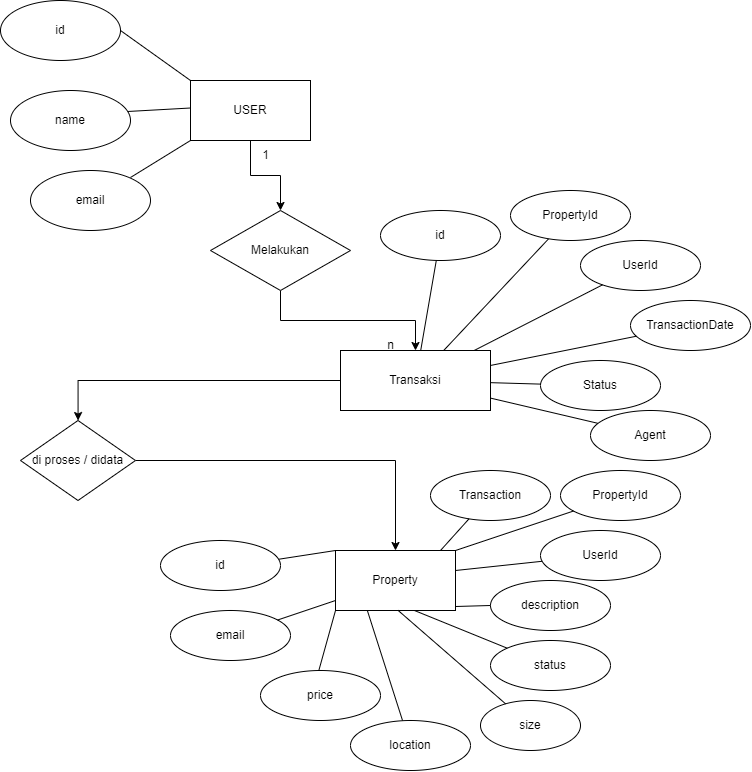
Above: image/ERD.png in ArkanFarrel/Ujikom_External_BACKEND (draw.io), before the change. Source tidied: cells renumbered, new cells last; positions are measured from the earlier drawing's top-left corner, leaving out a move shared by most shapes.
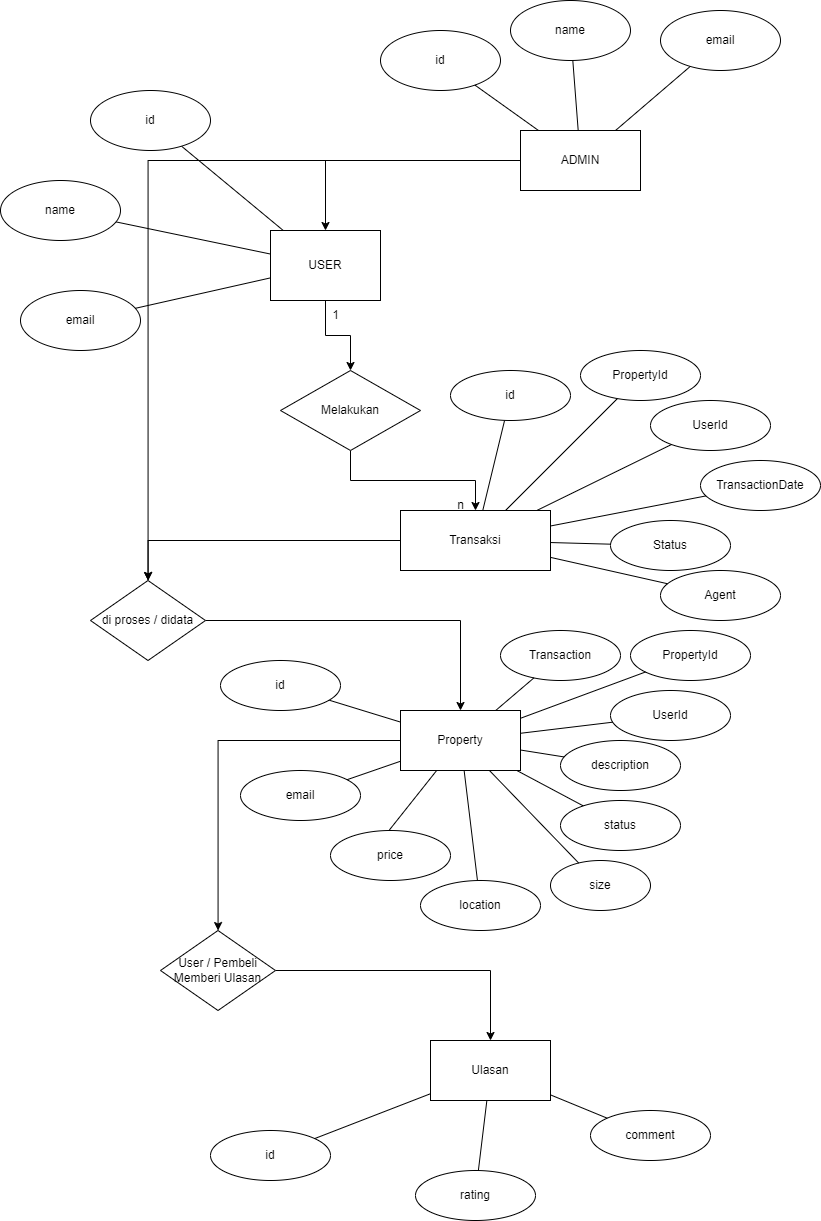
The same file after the commit.

The edit, as a diff of the source:
```diff
@@ -6,34 +6,25 @@
       <mxGeometry relative="1" as="geometry" />
     </mxCell>
     <mxCell id="3" value="USER" style="rounded=0;whiteSpace=wrap;html=1;" parent="1" vertex="1">
-      <mxGeometry x="190" y="80" width="120" height="60" as="geometry" />
+      <mxGeometry x="200" y="70" width="110" height="70" as="geometry" />
     </mxCell>
-    <mxCell id="4" style="endArrow=none;html=1;rounded=0;" parent="1" edge="1">
-      <mxGeometry relative="1" as="geometry">
-        <mxPoint x="190" y="80" as="sourcePoint" />
-        <mxPoint x="120" y="30" as="targetPoint" />
-      </mxGeometry>
+    <mxCell id="4" style="endArrow=none;html=1;rounded=0;" parent="1" edge="1" source="3" target="54">
+      <mxGeometry relative="1" as="geometry" />
     </mxCell>
     <mxCell id="5" value="id" style="ellipse;whiteSpace=wrap;html=1;" parent="1" vertex="1">
-      <mxGeometry width="120" height="60" as="geometry" />
+      <mxGeometry x="310" y="-130" width="120" height="60" as="geometry" />
     </mxCell>
-    <mxCell id="6" style="endArrow=none;html=1;rounded=0;exitX=0;exitY=0.25;exitDx=0;exitDy=0;" parent="1" edge="1">
-      <mxGeometry relative="1" as="geometry">
-        <mxPoint x="190" y="107.5" as="sourcePoint" />
-        <mxPoint x="100" y="112.5" as="targetPoint" />
-      </mxGeometry>
+    <mxCell id="6" style="endArrow=none;html=1;rounded=0;" parent="1" edge="1" source="3" target="7">
+      <mxGeometry relative="1" as="geometry" />
     </mxCell>
     <mxCell id="7" value="name" style="ellipse;whiteSpace=wrap;html=1;" parent="1" vertex="1">
-      <mxGeometry x="10" y="90" width="120" height="60" as="geometry" />
+      <mxGeometry x="-70" y="20" width="120" height="60" as="geometry" />
     </mxCell>
     <mxCell id="8" value="email" style="ellipse;whiteSpace=wrap;html=1;" parent="1" vertex="1">
-      <mxGeometry x="30" y="170" width="120" height="60" as="geometry" />
+      <mxGeometry x="-50" y="130" width="120" height="60" as="geometry" />
     </mxCell>
-    <mxCell id="9" style="endArrow=none;html=1;rounded=0;exitX=0;exitY=0.25;exitDx=0;exitDy=0;" parent="1" edge="1">
-      <mxGeometry relative="1" as="geometry">
-        <mxPoint x="190" y="140" as="sourcePoint" />
-        <mxPoint x="130" y="177" as="targetPoint" />
-      </mxGeometry>
+    <mxCell id="9" style="endArrow=none;html=1;rounded=0;" parent="1" edge="1" source="3" target="8">
+      <mxGeometry relative="1" as="geometry" />
     </mxCell>
     <mxCell id="10" style="edgeStyle=orthogonalEdgeStyle;rounded=0;jettySize=auto;html=1;" parent="1" edge="1" source="11" target="14">
       <mxGeometry relative="1" as="geometry" />
@@ -48,7 +39,7 @@
       <mxGeometry relative="1" as="geometry" />
     </mxCell>
     <mxCell id="14" value="Transaksi" style="whiteSpace=wrap;html=1;rounded=0;" parent="1" vertex="1">
-      <mxGeometry x="340" y="350" width="150" height="60" as="geometry" />
+      <mxGeometry x="330" y="350" width="150" height="60" as="geometry" />
     </mxCell>
     <mxCell id="15" value="n" style="text;html=1;align=center;verticalAlign=middle;strokeColor=none;fillColor=none;" parent="1" vertex="1">
       <mxGeometry x="375" y="330" width="30" height="30" as="geometry" />
@@ -59,39 +50,34 @@
     <mxCell id="17" value="di proses / didata" style="rhombus;whiteSpace=wrap;html=1;rounded=0;" parent="1" vertex="1">
       <mxGeometry x="20" y="420" width="115" height="80" as="geometry" />
     </mxCell>
+    <mxCell id="51" style="edgeStyle=orthogonalEdgeStyle;rounded=0;jettySize=auto;html=1;" parent="1" edge="1" source="18" target="61">
+      <mxGeometry relative="1" as="geometry" />
+    </mxCell>
     <mxCell id="18" value="Property" style="whiteSpace=wrap;html=1;rounded=0;" parent="1" vertex="1">
-      <mxGeometry x="335" y="550" width="120" height="60" as="geometry" />
+      <mxGeometry x="330" y="550" width="120" height="60" as="geometry" />
     </mxCell>
-    <mxCell id="19" style="endArrow=none;html=1;rounded=0;exitX=0;exitY=0.25;exitDx=0;exitDy=0;" parent="1" edge="1">
-      <mxGeometry relative="1" as="geometry">
-        <mxPoint x="335" y="550" as="sourcePoint" />
-        <mxPoint x="270" y="560" as="targetPoint" />
-      </mxGeometry>
+    <mxCell id="19" style="endArrow=none;html=1;rounded=0;" parent="1" edge="1" source="18" target="20">
+      <mxGeometry relative="1" as="geometry" />
     </mxCell>
     <mxCell id="20" value="id" style="ellipse;whiteSpace=wrap;html=1;" parent="1" vertex="1">
-      <mxGeometry x="160" y="540" width="120" height="50" as="geometry" />
+      <mxGeometry x="150" y="500" width="120" height="50" as="geometry" />
     </mxCell>
     <mxCell id="21" value="email" style="ellipse;whiteSpace=wrap;html=1;" parent="1" vertex="1">
       <mxGeometry x="170" y="610" width="120" height="50" as="geometry" />
     </mxCell>
-    <mxCell id="22" style="endArrow=none;html=1;rounded=0;exitX=0;exitY=0.25;exitDx=0;exitDy=0;" parent="1" edge="1" target="21">
-      <mxGeometry relative="1" as="geometry">
-        <mxPoint x="335" y="600" as="sourcePoint" />
-      </mxGeometry>
+    <mxCell id="22" style="endArrow=none;html=1;rounded=0;" parent="1" edge="1" source="18" target="21">
+      <mxGeometry relative="1" as="geometry" />
     </mxCell>
     <mxCell id="23" value="price" style="ellipse;whiteSpace=wrap;html=1;" parent="1" vertex="1">
       <mxGeometry x="260" y="670" width="120" height="50" as="geometry" />
     </mxCell>
-    <mxCell id="24" style="endArrow=none;html=1;rounded=0;exitX=0;exitY=0.25;exitDx=0;exitDy=0;" parent="1" edge="1">
+    <mxCell id="24" style="endArrow=none;html=1;rounded=0;" parent="1" edge="1" source="18">
       <mxGeometry relative="1" as="geometry">
-        <mxPoint x="335" y="610" as="sourcePoint" />
         <mxPoint x="318.3" y="670.3" as="targetPoint" />
       </mxGeometry>
     </mxCell>
-    <mxCell id="25" style="endArrow=none;html=1;rounded=0;exitX=0;exitY=0.25;exitDx=0;exitDy=0;" parent="1" edge="1" target="26">
-      <mxGeometry relative="1" as="geometry">
-        <mxPoint x="366.8" y="609.7" as="sourcePoint" />
-      </mxGeometry>
+    <mxCell id="25" style="endArrow=none;html=1;rounded=0;" parent="1" edge="1" source="18" target="26">
+      <mxGeometry relative="1" as="geometry" />
     </mxCell>
     <mxCell id="26" value="location" style="ellipse;whiteSpace=wrap;html=1;" parent="1" vertex="1">
       <mxGeometry x="350" y="720" width="120" height="50" as="geometry" />
@@ -99,50 +85,38 @@
     <mxCell id="27" value="size" style="ellipse;whiteSpace=wrap;html=1;" parent="1" vertex="1">
       <mxGeometry x="480" y="700" width="100" height="50" as="geometry" />
     </mxCell>
-    <mxCell id="28" style="endArrow=none;html=1;rounded=0;exitX=0;exitY=0.25;exitDx=0;exitDy=0;" parent="1" edge="1" target="27">
-      <mxGeometry relative="1" as="geometry">
-        <mxPoint x="397.4" y="609.7" as="sourcePoint" />
-      </mxGeometry>
+    <mxCell id="28" style="endArrow=none;html=1;rounded=0;" parent="1" edge="1" source="18" target="27">
+      <mxGeometry relative="1" as="geometry" />
     </mxCell>
     <mxCell id="29" value="status" style="ellipse;whiteSpace=wrap;html=1;" parent="1" vertex="1">
       <mxGeometry x="490" y="640" width="120" height="50" as="geometry" />
     </mxCell>
-    <mxCell id="30" style="endArrow=none;html=1;rounded=0;exitX=0;exitY=0.25;exitDx=0;exitDy=0;" parent="1" edge="1" target="29">
-      <mxGeometry relative="1" as="geometry">
-        <mxPoint x="414" y="610" as="sourcePoint" />
-      </mxGeometry>
+    <mxCell id="30" style="endArrow=none;html=1;rounded=0;" parent="1" edge="1" source="18" target="29">
+      <mxGeometry relative="1" as="geometry" />
     </mxCell>
     <mxCell id="31" value="description" style="ellipse;whiteSpace=wrap;html=1;" parent="1" vertex="1">
       <mxGeometry x="490" y="580" width="120" height="50" as="geometry" />
     </mxCell>
-    <mxCell id="32" style="endArrow=none;html=1;rounded=0;exitX=0;exitY=0.25;exitDx=0;exitDy=0;" parent="1" edge="1" target="31">
-      <mxGeometry relative="1" as="geometry">
-        <mxPoint x="455" y="606" as="sourcePoint" />
-      </mxGeometry>
+    <mxCell id="32" style="endArrow=none;html=1;rounded=0;" parent="1" edge="1" source="18" target="31">
+      <mxGeometry relative="1" as="geometry" />
     </mxCell>
     <mxCell id="33" value="UserId" style="ellipse;whiteSpace=wrap;html=1;" parent="1" vertex="1">
       <mxGeometry x="540" y="530" width="120" height="50" as="geometry" />
     </mxCell>
-    <mxCell id="34" style="endArrow=none;html=1;rounded=0;exitX=0;exitY=0.25;exitDx=0;exitDy=0;" parent="1" edge="1" target="33">
-      <mxGeometry relative="1" as="geometry">
-        <mxPoint x="455" y="570" as="sourcePoint" />
-      </mxGeometry>
+    <mxCell id="34" style="endArrow=none;html=1;rounded=0;" parent="1" edge="1" source="18" target="33">
+      <mxGeometry relative="1" as="geometry" />
     </mxCell>
     <mxCell id="35" value="Transaction" style="ellipse;whiteSpace=wrap;html=1;" parent="1" vertex="1">
       <mxGeometry x="430" y="470" width="120" height="50" as="geometry" />
     </mxCell>
-    <mxCell id="36" style="endArrow=none;html=1;rounded=0;exitX=0;exitY=0.25;exitDx=0;exitDy=0;" parent="1" edge="1" target="35">
-      <mxGeometry relative="1" as="geometry">
-        <mxPoint x="440" y="550" as="sourcePoint" />
-      </mxGeometry>
+    <mxCell id="36" style="endArrow=none;html=1;rounded=0;" parent="1" edge="1" source="18" target="35">
+      <mxGeometry relative="1" as="geometry" />
     </mxCell>
     <mxCell id="37" value="PropertyId" style="ellipse;whiteSpace=wrap;html=1;" parent="1" vertex="1">
       <mxGeometry x="560" y="470" width="120" height="50" as="geometry" />
     </mxCell>
-    <mxCell id="38" style="endArrow=none;html=1;rounded=0;exitX=0;exitY=0.25;exitDx=0;exitDy=0;" parent="1" edge="1" target="37">
-      <mxGeometry relative="1" as="geometry">
-        <mxPoint x="455" y="550" as="sourcePoint" />
-      </mxGeometry>
+    <mxCell id="38" style="endArrow=none;html=1;rounded=0;" parent="1" edge="1" source="18" target="37">
+      <mxGeometry relative="1" as="geometry" />
     </mxCell>
     <mxCell id="39" style="endArrow=none;html=1;rounded=0;" parent="1" edge="1" source="14" target="40">
       <mxGeometry relative="1" as="geometry" />
@@ -180,5 +154,59 @@
     <mxCell id="50" style="endArrow=none;html=1;rounded=0;" parent="1" edge="1" source="14" target="49">
       <mxGeometry relative="1" as="geometry" />
     </mxCell>
+    <mxCell id="52" style="edgeStyle=orthogonalEdgeStyle;rounded=0;jettySize=auto;html=1;" parent="1" edge="1" source="53" target="3">
+      <mxGeometry relative="1" as="geometry" />
+    </mxCell>
+    <mxCell id="53" value="ADMIN" style="rounded=0;whiteSpace=wrap;html=1;" parent="1" vertex="1">
+      <mxGeometry x="450" y="-30" width="120" height="60" as="geometry" />
+    </mxCell>
+    <mxCell id="54" value="id" style="ellipse;whiteSpace=wrap;html=1;" parent="1" vertex="1">
+      <mxGeometry x="20" y="-70" width="120" height="60" as="geometry" />
+    </mxCell>
+    <mxCell id="55" value="name" style="ellipse;whiteSpace=wrap;html=1;" parent="1" vertex="1">
+      <mxGeometry x="440" y="-160" width="120" height="60" as="geometry" />
+    </mxCell>
+    <mxCell id="56" value="email" style="ellipse;whiteSpace=wrap;html=1;" parent="1" vertex="1">
+      <mxGeometry x="590" y="-150" width="120" height="60" as="geometry" />
+    </mxCell>
+    <mxCell id="57" style="endArrow=none;html=1;rounded=0;" parent="1" edge="1" source="53" target="5">
+      <mxGeometry relative="1" as="geometry" />
+    </mxCell>
+    <mxCell id="58" style="endArrow=none;html=1;rounded=0;" parent="1" edge="1" source="53" target="55">
+      <mxGeometry relative="1" as="geometry" />
+    </mxCell>
+    <mxCell id="59" style="endArrow=none;html=1;rounded=0;" parent="1" edge="1" source="53" target="56">
+      <mxGeometry relative="1" as="geometry" />
+    </mxCell>
+    <mxCell id="60" style="edgeStyle=orthogonalEdgeStyle;rounded=0;jettySize=auto;html=1;" parent="1" edge="1" source="61" target="63">
+      <mxGeometry relative="1" as="geometry" />
+    </mxCell>
+    <mxCell id="61" value="User / Pembeli Memberi Ulasan" style="rhombus;whiteSpace=wrap;html=1;rounded=0;" parent="1" vertex="1">
+      <mxGeometry x="90" y="770" width="115" height="80" as="geometry" />
+    </mxCell>
+    <mxCell id="62" style="edgeStyle=orthogonalEdgeStyle;rounded=0;jettySize=auto;html=1;" parent="1" edge="1" source="53" target="17">
+      <mxGeometry relative="1" as="geometry" />
+    </mxCell>
+    <mxCell id="63" value="Ulasan" style="whiteSpace=wrap;html=1;rounded=0;" parent="1" vertex="1">
+      <mxGeometry x="360" y="880" width="120" height="60" as="geometry" />
+    </mxCell>
+    <mxCell id="64" value="id" style="ellipse;whiteSpace=wrap;html=1;" parent="1" vertex="1">
+      <mxGeometry x="140" y="970" width="120" height="50" as="geometry" />
+    </mxCell>
+    <mxCell id="65" value="rating" style="ellipse;whiteSpace=wrap;html=1;" parent="1" vertex="1">
+      <mxGeometry x="345" y="1010" width="120" height="50" as="geometry" />
+    </mxCell>
+    <mxCell id="66" value="comment" style="ellipse;whiteSpace=wrap;html=1;" parent="1" vertex="1">
+      <mxGeometry x="520" y="950" width="120" height="50" as="geometry" />
+    </mxCell>
+    <mxCell id="67" style="endArrow=none;html=1;rounded=0;" parent="1" edge="1" source="63" target="64">
+      <mxGeometry relative="1" as="geometry" />
+    </mxCell>
+    <mxCell id="68" style="endArrow=none;html=1;rounded=0;" parent="1" edge="1" source="63" target="65">
+      <mxGeometry relative="1" as="geometry" />
+    </mxCell>
+    <mxCell id="69" style="endArrow=none;html=1;rounded=0;" parent="1" edge="1" source="66" target="63">
+      <mxGeometry relative="1" as="geometry" />
+    </mxCell>
   </root>
 </mxGraphModel>
```
